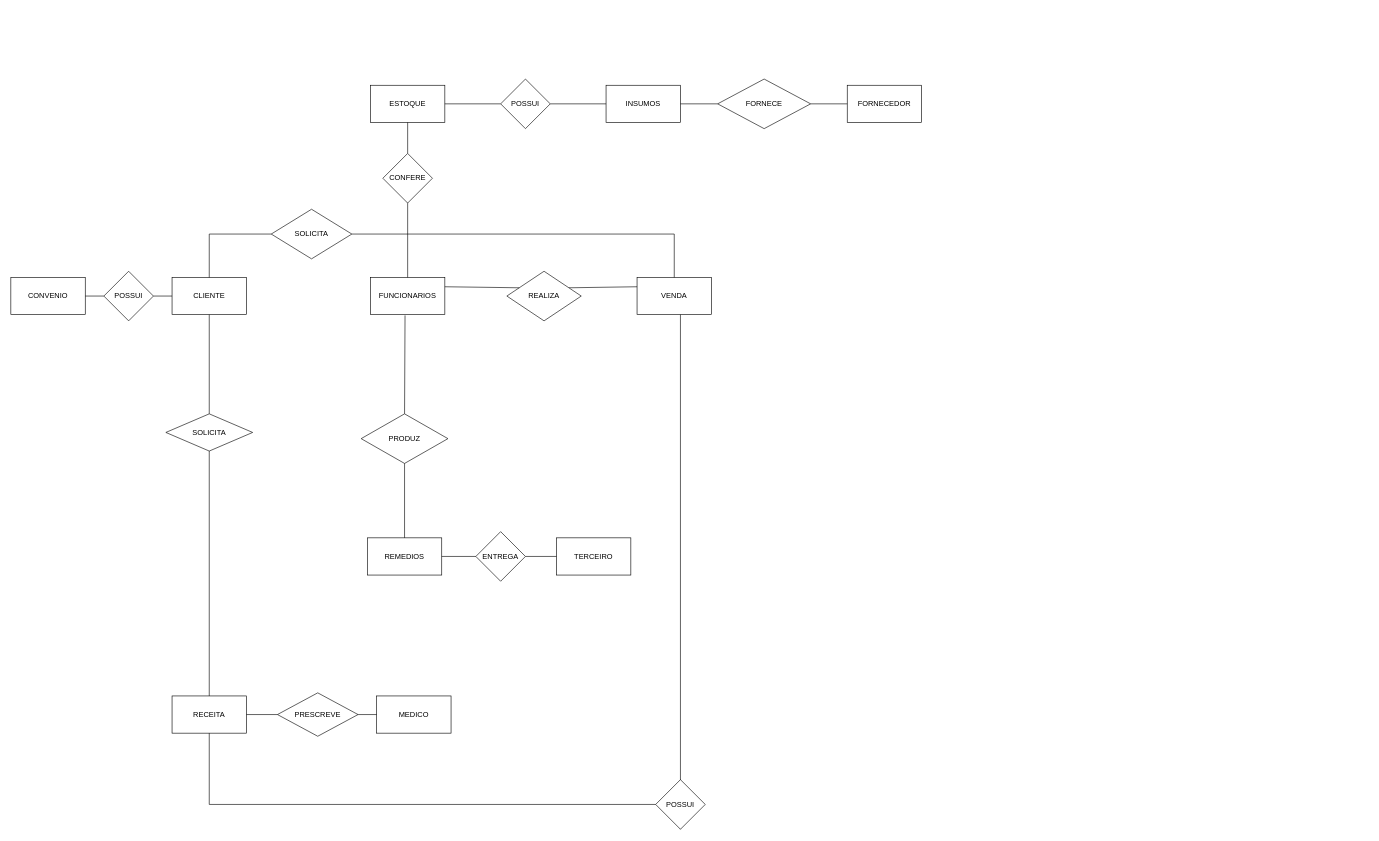
pedrohenricksds/trabalho-bd keeps this draw.io diagram as Diagrama sem nome.drawio. Above is the earlier version. Source tidied: cells renumbered, new cells numbered last; positions are measured from the earlier drawing's top-left corner, leaving out a move shared by most shapes. Both pictures are drawn from the tidied source at 62%, with x=0, y=0 at pixel (11, 79).
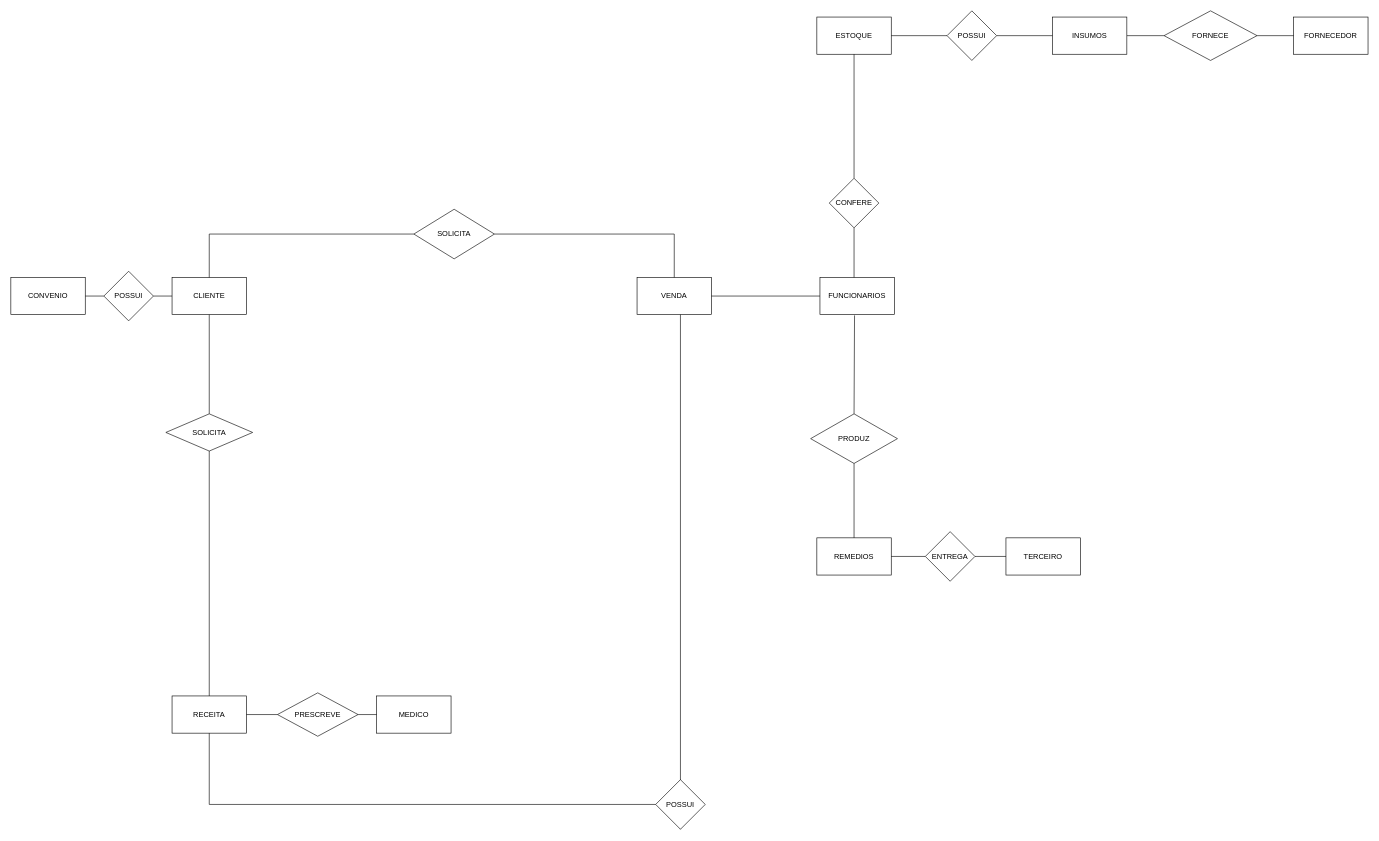
Above is the later version.

Unchanged cells that the change refers to:
```xml
<mxCell id="14" value="VENDA" style="rounded=0;whiteSpace=wrap;html=1;" parent="1" vertex="1">
  <mxGeometry x="1010" y="320" width="120" height="60" as="geometry" />
</mxCell>
```

Diff of the diagram source:
```diff
@@
     <mxCell id="2" value="TERCEIRO" style="rounded=0;whiteSpace=wrap;html=1;" parent="1" vertex="1">
-      <mxGeometry x="880" y="740" width="120" height="60" as="geometry" />
+      <mxGeometry x="1605" y="740" width="120" height="60" as="geometry" />
     </mxCell>
@@
-    <mxCell id="4" value="FORNECEDOR" style="rounded=0;whiteSpace=wrap;html=1;" parent="1" vertex="1">
-      <mxGeometry x="1349" y="10" width="120" height="60" as="geometry" />
-    </mxCell>
     <mxCell id="5" value="FUNCIONARIOS" style="rounded=0;whiteSpace=wrap;html=1;" parent="1" vertex="1">
-      <mxGeometry x="580" y="320" width="120" height="60" as="geometry" />
+      <mxGeometry x="1305" y="320" width="120" height="60" as="geometry" />
     </mxCell>
@@
-    <mxCell id="8" value="INSUMOS" style="rounded=0;whiteSpace=wrap;html=1;" parent="1" vertex="1">
-      <mxGeometry x="960" y="10" width="120" height="60" as="geometry" />
-    </mxCell>
@@
     <mxCell id="10" value="ESTOQUE" style="rounded=0;whiteSpace=wrap;html=1;" parent="1" vertex="1">
-      <mxGeometry x="580" y="10" width="120" height="60" as="geometry" />
+      <mxGeometry x="1300" y="-100" width="120" height="60" as="geometry" />
     </mxCell>
     <mxCell id="11" value="REMEDIOS" style="rounded=0;whiteSpace=wrap;html=1;" parent="1" vertex="1">
-      <mxGeometry x="575" y="740" width="120" height="60" as="geometry" />
+      <mxGeometry x="1300" y="740" width="120" height="60" as="geometry" />
     </mxCell>
@@
     <mxCell id="18" value="SOLICITA" style="rhombus;whiteSpace=wrap;html=1;" parent="1" vertex="1">
-      <mxGeometry x="420" y="210" width="130" height="80" as="geometry" />
+      <mxGeometry x="650" y="210" width="130" height="80" as="geometry" />
     </mxCell>
@@
-    <mxCell id="25" style="endArrow=none;html=1;rounded=0;exitX=1;exitY=0.25;exitDx=0;exitDy=0;entryX=0;entryY=0.25;entryDx=0;entryDy=0;startArrow=none;" parent="1" edge="1" source="26" target="14">
-      <mxGeometry relative="1" as="geometry" />
-    </mxCell>
-    <mxCell id="26" value="REALIZA" style="rhombus;whiteSpace=wrap;html=1;" parent="1" vertex="1">
-      <mxGeometry x="800" y="310" width="120" height="80" as="geometry" />
-    </mxCell>
-    <mxCell id="27" style="endArrow=none;html=1;rounded=0;exitX=1;exitY=0.25;exitDx=0;exitDy=0;entryX=0;entryY=0.25;entryDx=0;entryDy=0;" parent="1" edge="1" source="5" target="26">
-      <mxGeometry relative="1" as="geometry" />
-    </mxCell>
@@
     <mxCell id="33" value="PRODUZ" style="rhombus;whiteSpace=wrap;html=1;" parent="1" vertex="1">
-      <mxGeometry x="565" y="540" width="140" height="80" as="geometry" />
+      <mxGeometry x="1290" y="540" width="140" height="80" as="geometry" />
     </mxCell>
@@
     <mxCell id="39" value="ENTREGA" style="rhombus;whiteSpace=wrap;html=1;" parent="1" vertex="1">
-      <mxGeometry x="750" y="730" width="80" height="80" as="geometry" />
+      <mxGeometry x="1475" y="730" width="80" height="80" as="geometry" />
     </mxCell>
     <mxCell id="40" style="endArrow=none;html=1;rounded=0;entryX=0;entryY=0.5;entryDx=0;entryDy=0;" parent="1" edge="1" target="39">
       <mxGeometry relative="1" as="geometry">
-        <mxPoint x="695" y="770" as="sourcePoint" />
+        <mxPoint x="1420" y="770" as="sourcePoint" />
       </mxGeometry>
     </mxCell>
@@
     <mxCell id="42" value="CONFERE" style="rhombus;whiteSpace=wrap;html=1;" parent="1" vertex="1">
-      <mxGeometry x="600" y="120" width="80" height="80" as="geometry" />
+      <mxGeometry x="1320" y="160" width="80" height="80" as="geometry" />
     </mxCell>
-    <mxCell id="43" style="endArrow=none;html=1;rounded=0;entryX=0.5;entryY=1;entryDx=0;entryDy=0;" parent="1" edge="1" target="42">
-      <mxGeometry relative="1" as="geometry">
-        <mxPoint x="640" y="320" as="sourcePoint" />
-      </mxGeometry>
-    </mxCell>
-    <mxCell id="44" style="endArrow=none;html=1;rounded=0;startArrow=none;" parent="1" edge="1" source="45">
-      <mxGeometry relative="1" as="geometry">
-        <mxPoint x="960" y="40" as="targetPoint" />
-      </mxGeometry>
-    </mxCell>
-    <mxCell id="45" value="POSSUI" style="rhombus;whiteSpace=wrap;html=1;" parent="1" vertex="1">
-      <mxGeometry x="790" width="80" height="80" as="geometry" />
-    </mxCell>
-    <mxCell id="46" style="endArrow=none;html=1;rounded=0;" parent="1" edge="1" target="45">
+    <mxCell id="46" style="endArrow=none;html=1;rounded=0;" parent="1" edge="1">
       <mxGeometry relative="1" as="geometry">
-        <mxPoint x="700" y="40" as="sourcePoint" />
+        <mxPoint x="1420" y="-70" as="sourcePoint" />
+        <mxPoint x="1510" y="-70" as="targetPoint" />
       </mxGeometry>
     </mxCell>
+    <mxCell id="50" style="endArrow=none;html=1;rounded=0;exitX=1;exitY=0.5;exitDx=0;exitDy=0;" parent="1" edge="1" source="14">
+      <mxGeometry relative="1" as="geometry">
+        <mxPoint x="1305" y="350" as="targetPoint" />
+      </mxGeometry>
+    </mxCell>
+    <mxCell id="4" value="FORNECEDOR" style="rounded=0;whiteSpace=wrap;html=1;" parent="1" vertex="1">
+      <mxGeometry x="2069" y="-100" width="120" height="60" as="geometry" />
+    </mxCell>
@@
     <mxCell id="48" value="FORNECE" style="rhombus;whiteSpace=wrap;html=1;" parent="1" vertex="1">
-      <mxGeometry x="1140" width="150" height="80" as="geometry" />
+      <mxGeometry x="1860" y="-110" width="150" height="80" as="geometry" />
     </mxCell>
-    <mxCell id="49" style="endArrow=none;html=1;rounded=0;entryX=0;entryY=0.5;entryDx=0;entryDy=0;" parent="1" edge="1" target="48">
-      <mxGeometry relative="1" as="geometry">
-        <mxPoint x="1080" y="40" as="sourcePoint" />
-      </mxGeometry>
-    </mxCell>
+    <mxCell id="51" style="endArrow=none;html=1;rounded=0;entryX=0;entryY=0.5;entryDx=0;entryDy=0;" parent="1" edge="1" target="48">
+      <mxGeometry relative="1" as="geometry">
+        <mxPoint x="1800" y="-70" as="sourcePoint" />
+      </mxGeometry>
+    </mxCell>
+    <mxCell id="8" value="INSUMOS" style="rounded=0;whiteSpace=wrap;html=1;" parent="1" vertex="1">
+      <mxGeometry x="1680" y="-100" width="120" height="60" as="geometry" />
+    </mxCell>
+    <mxCell id="52" style="endArrow=none;html=1;rounded=0;startArrow=none;" parent="1" edge="1" source="45">
+      <mxGeometry relative="1" as="geometry">
+        <mxPoint x="1680" y="-70" as="targetPoint" />
+      </mxGeometry>
+    </mxCell>
+    <mxCell id="45" value="POSSUI" style="rhombus;whiteSpace=wrap;html=1;" parent="1" vertex="1">
+      <mxGeometry x="1510" y="-110" width="80" height="80" as="geometry" />
+    </mxCell>
+    <mxCell id="53" style="endArrow=none;html=1;rounded=0;entryX=0.5;entryY=1;entryDx=0;entryDy=0;" parent="1" edge="1" target="42">
+      <mxGeometry relative="1" as="geometry">
+        <mxPoint x="1360" y="320" as="sourcePoint" />
+      </mxGeometry>
+    </mxCell>
```
